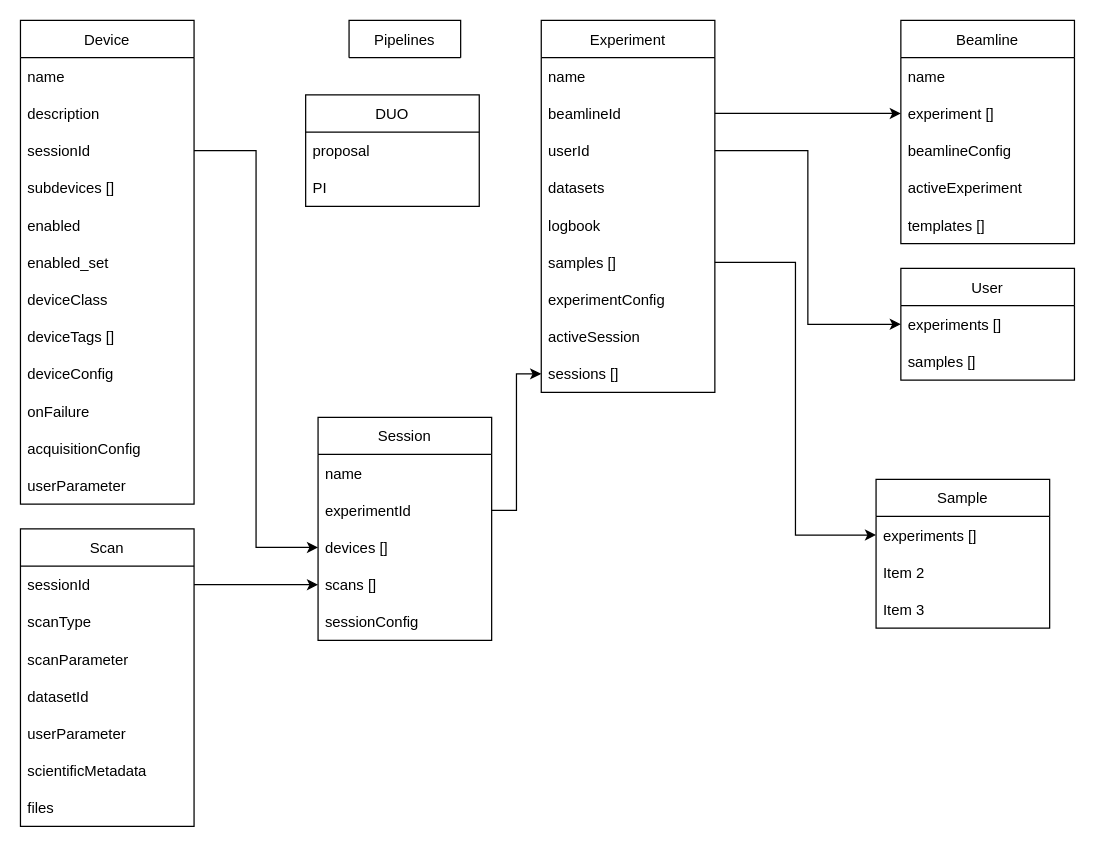
ivan-usov-org/bec keeps this draw.io diagram as page "envisioned" (2 of 2) of docs/architecture/BEC_config_db.drawio. Above is the earlier version. Source tidied: cells renumbered, new cells numbered last; positions are measured from the earlier drawing's top-left corner, leaving out a move shared by most shapes. Both pictures are drawn from the tidied source at 124%, with x=0, y=0 at pixel (20, 20).
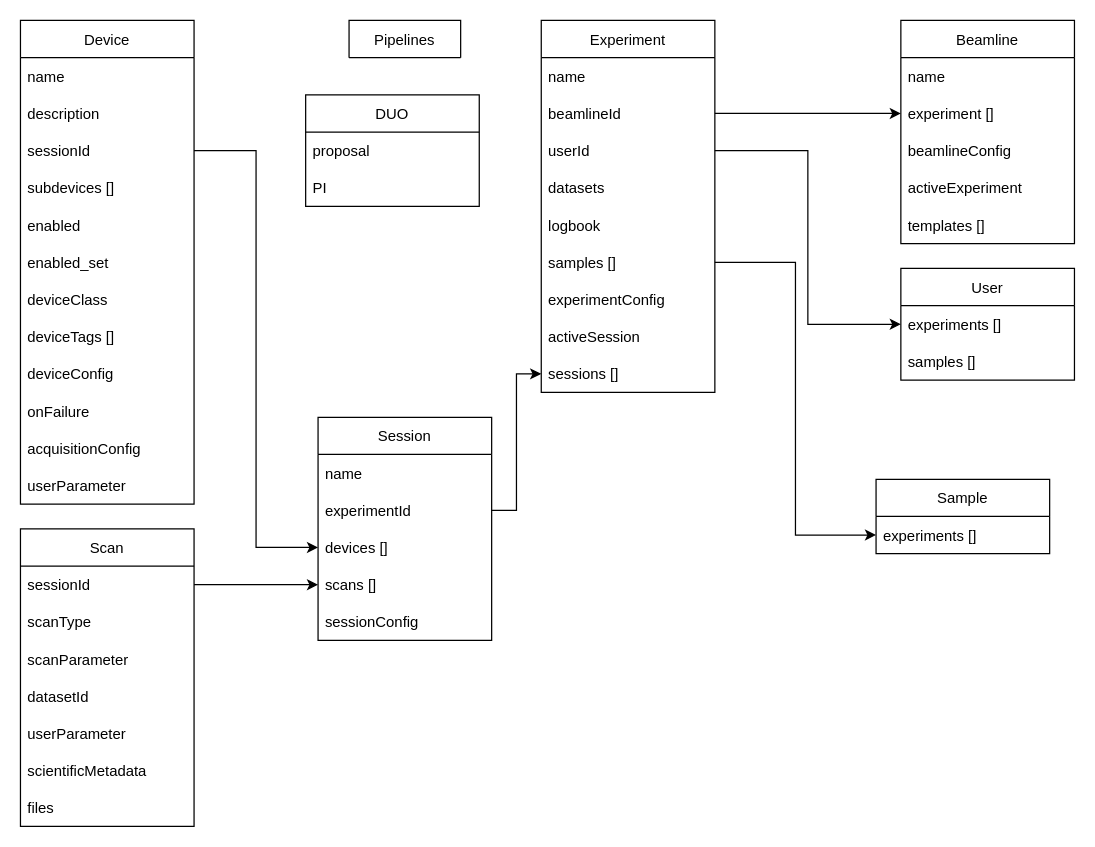
Above is the later version.

Change to the diagram source:
```diff
@@
     <mxCell id="27" value="Sample" style="swimlane;fontStyle=0;horizontal=1;startSize=30;" parent="1" vertex="1">
-      <mxGeometry x="690" y="370" width="140" height="120" as="geometry" />
+      <mxGeometry x="690" y="370" width="140" height="60" as="geometry" />
     </mxCell>
@@
-    <mxCell id="29" value="Item 2" style="text;strokeColor=none;fillColor=none;align=left;verticalAlign=middle;spacingLeft=4;spacingRight=4;overflow=hidden;" parent="27" vertex="1">
-      <mxGeometry y="60" width="140" height="30" as="geometry" />
-    </mxCell>
-    <mxCell id="30" value="Item 3" style="text;strokeColor=none;fillColor=none;align=left;verticalAlign=middle;spacingLeft=4;spacingRight=4;overflow=hidden;" parent="27" vertex="1">
-      <mxGeometry y="90" width="140" height="30" as="geometry" />
-    </mxCell>
```
